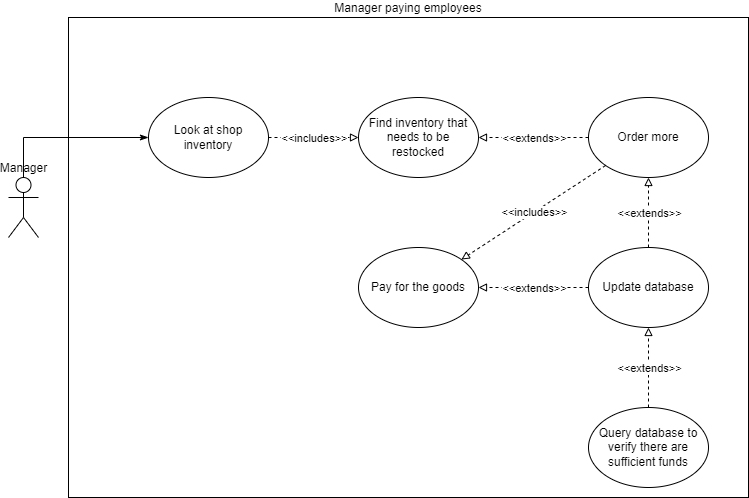
The draw.io diagram images/UseCaseDiagram4.drawio.png in Zachary-Harrison/FrappuccinoShop, before a commit. Source tidied: cells renumbered, new cells last; positions are measured from the earlier drawing's top-left corner, leaving out a move shared by most shapes. The source it was exported from:
```xml
<mxGraphModel>
  <root>
    <mxCell id="0" />
    <mxCell id="1" parent="0" />
    <mxCell id="2" value="Manager paying employees" style="rounded=0;whiteSpace=wrap;html=1;shadow=0;glass=0;sketch=0;labelPosition=center;verticalLabelPosition=top;align=center;verticalAlign=bottom;gradientColor=none;" parent="1" vertex="1">
      <mxGeometry x="60" width="680" height="480" as="geometry" />
    </mxCell>
    <mxCell id="3" style="edgeStyle=orthogonalEdgeStyle;rounded=0;jettySize=auto;html=1;endArrow=classicThin;endFill=1;" parent="1" edge="1" source="11" target="12">
      <mxGeometry relative="1" as="geometry">
        <Array as="points">
          <mxPoint x="15" y="120" />
          <mxPoint x="200" y="120" />
        </Array>
      </mxGeometry>
    </mxCell>
    <mxCell id="4" value="Find inventory that needs to be restocked" style="ellipse;whiteSpace=wrap;html=1;" parent="1" vertex="1">
      <mxGeometry x="350" y="80" width="120" height="80" as="geometry" />
    </mxCell>
    <mxCell id="5" value="Update database" style="ellipse;whiteSpace=wrap;html=1;shadow=0;glass=1;sketch=0;" parent="1" vertex="1">
      <mxGeometry x="580" y="230" width="120" height="80" as="geometry" />
    </mxCell>
    <mxCell id="6" style="endArrow=block;html=1;rounded=0;dashed=1;endFill=0;" parent="1" edge="1" source="5" target="18">
      <mxGeometry relative="1" as="geometry" />
    </mxCell>
    <mxCell id="7" value="&amp;lt;&amp;lt;extends&amp;gt;&amp;gt;" style="edgeLabel;html=1;align=center;verticalAlign=middle;" parent="6" vertex="1">
      <mxGeometry relative="1" as="geometry" />
    </mxCell>
    <mxCell id="8" value="Query database to verify there are sufficient funds" style="ellipse;whiteSpace=wrap;html=1;shadow=0;glass=1;sketch=0;" parent="1" vertex="1">
      <mxGeometry x="580" y="390" width="120" height="80" as="geometry" />
    </mxCell>
    <mxCell id="9" style="endArrow=block;html=1;rounded=0;dashed=1;endFill=0;" parent="1" edge="1" source="8" target="5">
      <mxGeometry relative="1" as="geometry" />
    </mxCell>
    <mxCell id="10" value="&amp;lt;&amp;lt;extends&amp;gt;&amp;gt;" style="edgeLabel;html=1;align=center;verticalAlign=middle;" parent="9" vertex="1">
      <mxGeometry relative="1" as="geometry" />
    </mxCell>
    <mxCell id="11" value="Manager" style="shape=umlActor;verticalLabelPosition=top;verticalAlign=bottom;html=1;outlineConnect=0;labelPosition=center;align=center;" parent="1" vertex="1">
      <mxGeometry y="160" width="30" height="60" as="geometry" />
    </mxCell>
    <mxCell id="12" value="Look at shop inventory" style="ellipse;whiteSpace=wrap;html=1;" parent="1" vertex="1">
      <mxGeometry x="140" y="80" width="120" height="80" as="geometry" />
    </mxCell>
    <mxCell id="13" style="endArrow=block;html=1;rounded=0;dashed=1;endFill=0;" parent="1" edge="1" source="12" target="4">
      <mxGeometry relative="1" as="geometry" />
    </mxCell>
    <mxCell id="14" value="&amp;lt;&amp;lt;includes&amp;gt;&amp;gt;" style="edgeLabel;html=1;align=center;verticalAlign=middle;" parent="13" vertex="1">
      <mxGeometry relative="1" as="geometry" />
    </mxCell>
    <mxCell id="15" value="Order more" style="ellipse;whiteSpace=wrap;html=1;" parent="1" vertex="1">
      <mxGeometry x="580" y="80" width="120" height="80" as="geometry" />
    </mxCell>
    <mxCell id="16" style="endArrow=block;html=1;rounded=0;dashed=1;endFill=0;" parent="1" edge="1" source="15" target="4">
      <mxGeometry relative="1" as="geometry" />
    </mxCell>
    <mxCell id="17" value="&amp;lt;&amp;lt;extends&amp;gt;&amp;gt;" style="edgeLabel;html=1;align=center;verticalAlign=middle;" parent="16" vertex="1">
      <mxGeometry relative="1" as="geometry" />
    </mxCell>
    <mxCell id="18" value="Pay for the goods" style="ellipse;whiteSpace=wrap;html=1;" parent="1" vertex="1">
      <mxGeometry x="350" y="230" width="120" height="80" as="geometry" />
    </mxCell>
    <mxCell id="19" style="endArrow=block;html=1;rounded=0;dashed=1;endFill=0;" parent="1" edge="1" source="15" target="18">
      <mxGeometry relative="1" as="geometry" />
    </mxCell>
    <mxCell id="20" value="&amp;lt;&amp;lt;includes&amp;gt;&amp;gt;" style="edgeLabel;html=1;align=center;verticalAlign=middle;" parent="19" vertex="1">
      <mxGeometry relative="1" as="geometry" />
    </mxCell>
    <mxCell id="21" style="endArrow=block;html=1;rounded=0;dashed=1;endFill=0;" parent="1" edge="1" source="5" target="15">
      <mxGeometry relative="1" as="geometry" />
    </mxCell>
    <mxCell id="22" value="&amp;lt;&amp;lt;extends&amp;gt;&amp;gt;" style="edgeLabel;html=1;align=center;verticalAlign=middle;" parent="21" vertex="1">
      <mxGeometry relative="1" as="geometry" />
    </mxCell>
  </root>
</mxGraphModel>
```
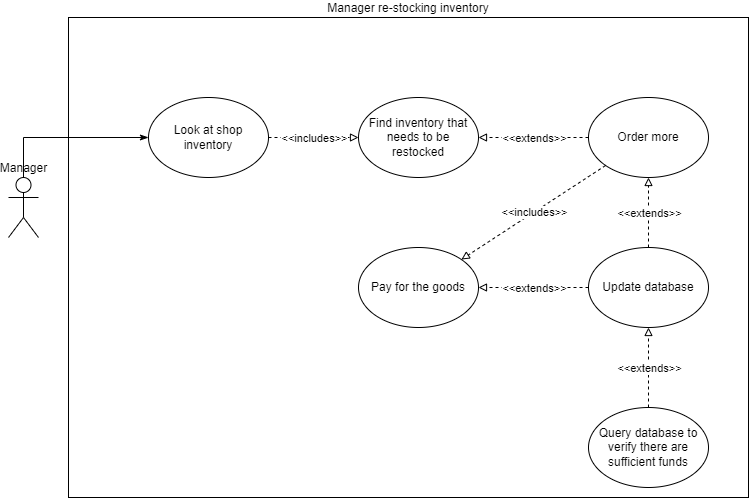
Later version of the same file.

Change to the diagram source:
```diff
@@ -2,7 +2,7 @@
   <root>
     <mxCell id="0" />
     <mxCell id="1" parent="0" />
-    <mxCell id="2" value="Manager paying employees" style="rounded=0;whiteSpace=wrap;html=1;shadow=0;glass=0;sketch=0;labelPosition=center;verticalLabelPosition=top;align=center;verticalAlign=bottom;gradientColor=none;" parent="1" vertex="1">
+    <mxCell id="2" value="Manager re-stocking inventory" style="rounded=0;whiteSpace=wrap;html=1;shadow=0;glass=0;sketch=0;labelPosition=center;verticalLabelPosition=top;align=center;verticalAlign=bottom;gradientColor=none;" parent="1" vertex="1">
       <mxGeometry x="60" width="680" height="480" as="geometry" />
     </mxCell>
     <mxCell id="3" style="edgeStyle=orthogonalEdgeStyle;rounded=0;jettySize=auto;html=1;endArrow=classicThin;endFill=1;" parent="1" edge="1" source="11" target="12">
```
